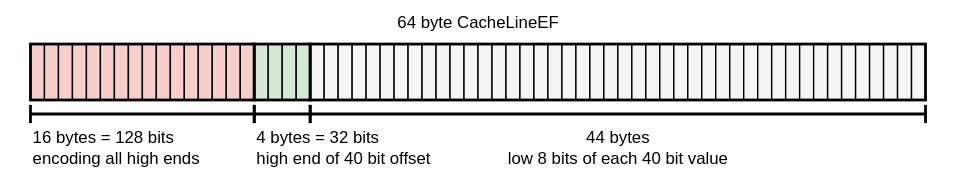
Earlier version of the draw.io export posts/ptrhash-paper/cacheline-ef.drawio.svg (RagnarGrootKoerkamp/research). Source tidied: cells renumbered, new cells last; positions are measured from the earlier drawing's top-left corner, leaving out a move shared by most shapes.
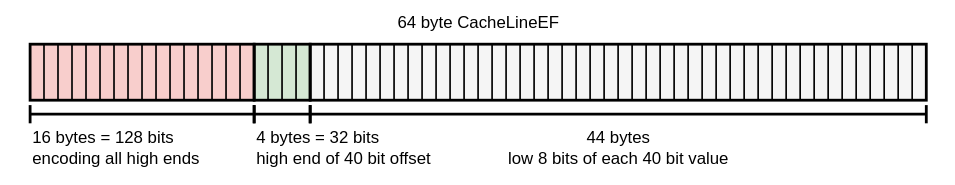
Above is the later version.

Diff of the diagram source:
```diff
@@ -2,7 +2,7 @@
   <root>
     <mxCell id="0" />
     <mxCell id="1" parent="0" />
-    <mxCell id="2" style="rounded=0;whiteSpace=wrap;html=1;strokeWidth=2;labelBorderColor=default;strokeColor=none;fillColor=#FFFFFF;opacity=50;" parent="1" vertex="1">
+    <mxCell id="2" style="rounded=0;whiteSpace=wrap;html=1;strokeWidth=2;labelBorderColor=default;strokeColor=none;fillColor=#FFFFFF;opacity=75;" parent="1" vertex="1">
       <mxGeometry width="680" height="130" as="geometry" />
     </mxCell>
     <mxCell id="3" style="whiteSpace=wrap;html=1;fillColor=#f8cecc;strokeColor=#000000;" parent="1" vertex="1">
```
